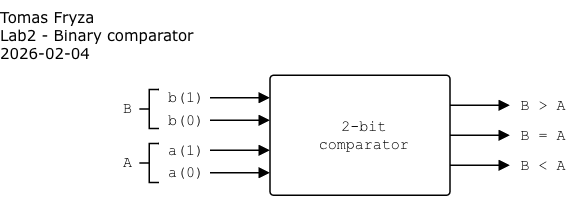
This is lab2-logic/images/two-bit-comparator.png from j-sikula/vhdl-course, a draw.io export, as it was before one commit. Source tidied: cells renumbered, new cells last; positions are measured from the earlier drawing's top-left corner, leaving out a move shared by most shapes.
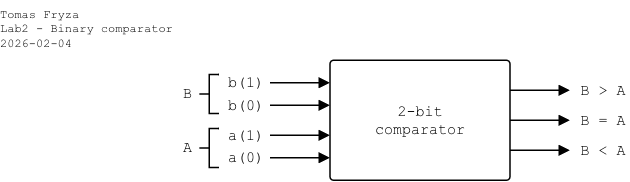
After the commit.

Diff of the diagram source:
```diff
@@ -5,7 +5,7 @@
     <mxCell id="2" style="strokeWidth=1;html=1;shape=mxgraph.flowchart.annotation_2;align=left;labelPosition=right;fontSize=10;fontFamily=Courier New;" parent="1" vertex="1">
       <mxGeometry x="93" y="59.5" width="13" height="26" as="geometry" />
     </mxCell>
-    <mxCell id="3" value="&lt;div&gt;2-bit&lt;/div&gt;&lt;div&gt;comparator&lt;br&gt;&lt;/div&gt;" style="rounded=1;arcSize=3;whiteSpace=wrap;html=1;align=center;verticalAlign=middle;fontFamily=Courier New;absoluteArcSize=0;fillColor=none;fontSize=10;spacingLeft=5;imageHeight=24;" parent="1" vertex="1">
+    <mxCell id="3" value="&lt;div&gt;2-bit&lt;/div&gt;&lt;div&gt;comparator&lt;br&gt;&lt;/div&gt;" style="rounded=1;arcSize=3;whiteSpace=wrap;html=1;align=center;verticalAlign=middle;fontFamily=Courier New;absoluteArcSize=0;fillColor=none;fontSize=10;spacingLeft=0;imageHeight=24;spacing=0;" parent="1" vertex="1">
       <mxGeometry x="180" y="50" width="120" height="80" as="geometry" />
     </mxCell>
     <mxCell id="4" value="b(1)" style="text;html=1;align=left;verticalAlign=middle;whiteSpace=wrap;rounded=0;fontFamily=Courier New;fontSize=10;fillOpacity=100;spacing=2;spacingLeft=0;" parent="1" vertex="1">
@@ -80,8 +80,8 @@
     <mxCell id="20" value="A" style="text;html=1;align=left;verticalAlign=middle;whiteSpace=wrap;rounded=0;fontFamily=Courier New;fontSize=10;fillOpacity=100;spacing=2;spacingLeft=0;" parent="1" vertex="1">
       <mxGeometry x="80" y="98" width="20" height="20" as="geometry" />
     </mxCell>
-    <mxCell id="21" value="&lt;div&gt;Tomas Fryza&lt;/div&gt;&lt;div&gt;Lab2 - Binary comparator&lt;/div&gt;&lt;div&gt;2026-02-04&lt;/div&gt;" style="text;html=1;align=left;verticalAlign=top;whiteSpace=wrap;rounded=0;fontFamily=Verdana;fontSize=10;fillOpacity=100;spacing=0;spacingLeft=0;" parent="1" vertex="1">
-      <mxGeometry width="170" height="50" as="geometry" />
+    <mxCell id="21" value="&lt;div&gt;Tomas Fryza&lt;/div&gt;&lt;div&gt;Lab2 - Binary comparator&lt;/div&gt;&lt;div&gt;2026-02-04&lt;/div&gt;" style="text;html=1;align=left;verticalAlign=top;whiteSpace=wrap;rounded=0;fontFamily=Courier New;fontSize=8;fillOpacity=100;spacing=0;spacingLeft=0;" parent="1" vertex="1">
+      <mxGeometry x="-40" y="10" width="170" height="40" as="geometry" />
     </mxCell>
   </root>
 </mxGraphModel>
```
